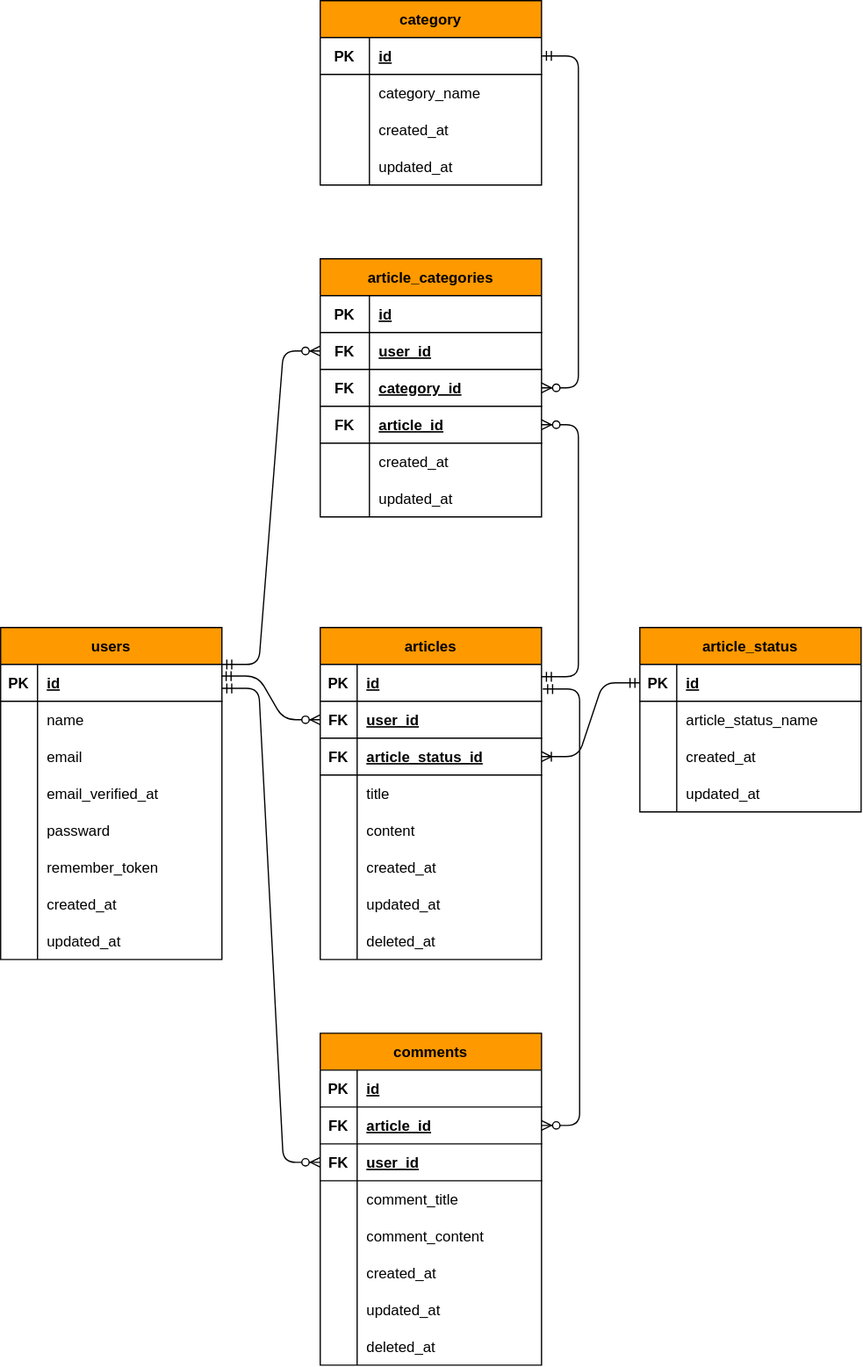
The draw.io diagram docs/erd.svg in ryosuke1256/CommunityServiceTemplateDDD-Laravel, before a commit. Source tidied: cells renumbered, new cells last; positions are measured from the earlier drawing's top-left corner, leaving out a move shared by most shapes.
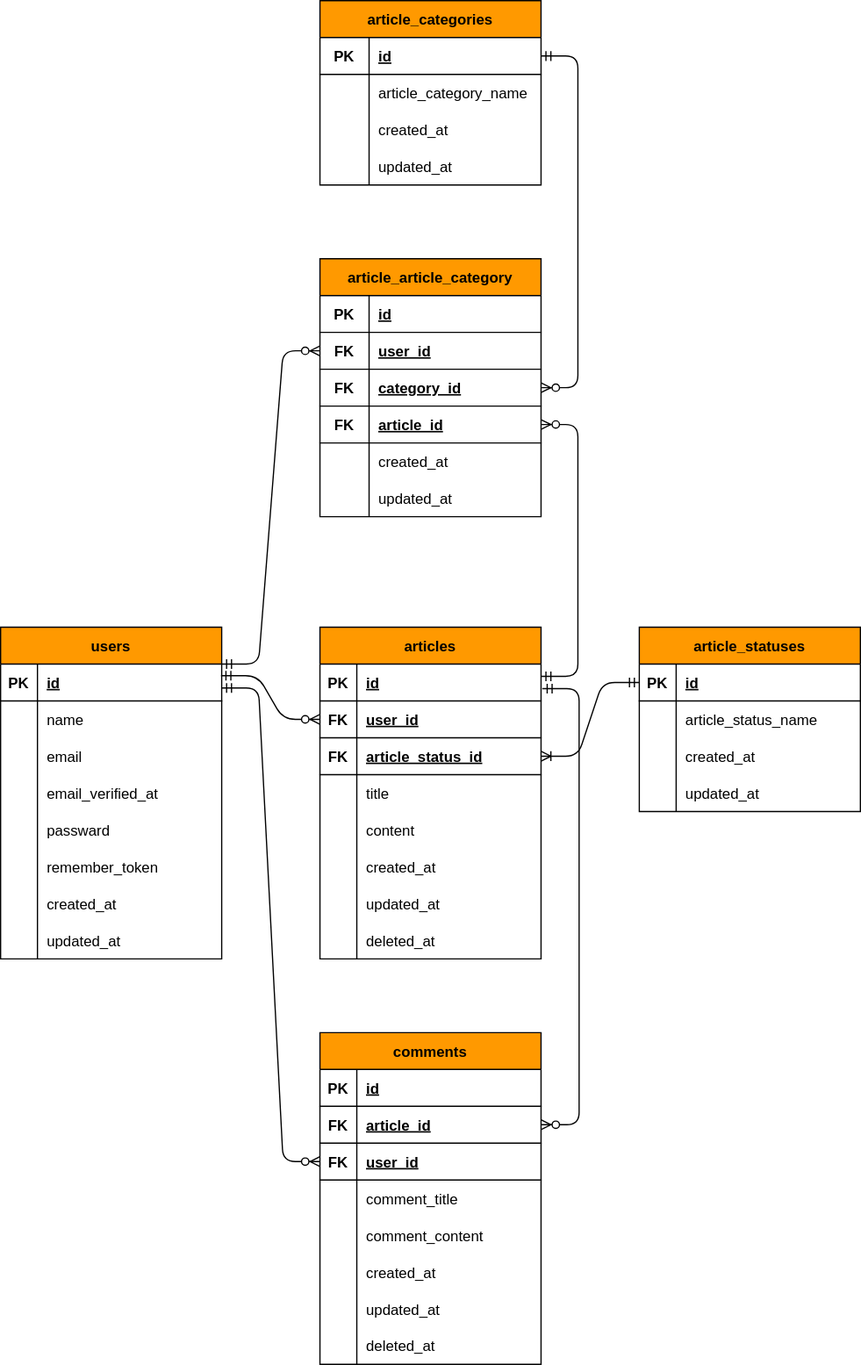
After the commit.

The edit, as a diff of the source:
```diff
@@ -155,7 +155,7 @@
     <mxCell id="52" style="edgeStyle=entityRelationEdgeStyle;fontSize=12;html=1;endArrow=ERzeroToMany;startArrow=ERmandOne;entryX=0;entryY=0.5;entryDx=0;entryDy=0;exitX=0.997;exitY=0.315;exitDx=0;exitDy=0;exitPerimeter=0;" parent="1" edge="1" source="3" target="31">
       <mxGeometry relative="1" as="geometry" />
     </mxCell>
-    <mxCell id="53" value="article_status" style="shape=table;startSize=30;rowLines=0;fontStyle=1;align=center;fillColor=#FF9900;fontColor=#000000;" parent="1" vertex="1">
+    <mxCell id="53" value="article_statuses" style="shape=table;startSize=30;rowLines=0;fontStyle=1;align=center;fillColor=#FF9900;fontColor=#000000;" parent="1" vertex="1">
       <mxGeometry x="520" y="510" width="180" height="150" as="geometry" />
     </mxCell>
     <mxCell id="54" style="shape=partialRectangle;fillColor=none;top=0;left=0;bottom=1;right=0;points=[[0,0.5],[1,0.5]];portConstraint=eastwest;" parent="53" vertex="1">
@@ -272,7 +272,7 @@
     <mxCell id="91" style="edgeStyle=entityRelationEdgeStyle;fontSize=12;html=1;endArrow=ERoneToMany;startArrow=ERmandOne;entryX=1;entryY=0.5;entryDx=0;entryDy=0;exitX=0;exitY=0.5;exitDx=0;exitDy=0;" parent="1" edge="1" source="54" target="34">
       <mxGeometry relative="1" as="geometry" />
     </mxCell>
-    <mxCell id="92" value="category" style="shape=table;startSize=30;rowLines=0;fontStyle=1;align=center;fillColor=#FF9900;fontColor=#000000;" parent="1" vertex="1">
+    <mxCell id="92" value="article_categories" style="shape=table;startSize=30;rowLines=0;fontStyle=1;align=center;fillColor=#FF9900;fontColor=#000000;" parent="1" vertex="1">
       <mxGeometry x="260" width="180" height="150" as="geometry" />
     </mxCell>
     <mxCell id="93" style="shape=partialRectangle;fillColor=none;top=0;left=0;bottom=1;right=0;points=[[0,0.5],[1,0.5]];portConstraint=eastwest;" parent="92" vertex="1">
@@ -290,7 +290,7 @@
     <mxCell id="97" style="shape=partialRectangle;fillColor=none;top=0;left=0;bottom=0;right=0;overflow=hidden;" parent="96" vertex="1">
       <mxGeometry width="40" height="30" as="geometry" />
     </mxCell>
-    <mxCell id="98" value="category_name" style="shape=partialRectangle;fillColor=none;top=0;left=0;bottom=0;right=0;align=left;spacingLeft=6;overflow=hidden;" parent="96" vertex="1">
+    <mxCell id="98" value="article_category_name" style="shape=partialRectangle;fillColor=none;top=0;left=0;bottom=0;right=0;align=left;spacingLeft=6;overflow=hidden;" parent="96" vertex="1">
       <mxGeometry x="40" width="140" height="30" as="geometry" />
     </mxCell>
     <mxCell id="99" style="shape=partialRectangle;fillColor=none;top=0;left=0;bottom=0;right=0;" parent="92" vertex="1">
@@ -316,7 +316,7 @@
         <mxPoint x="180" y="559.4" as="sourcePoint" />
       </mxGeometry>
     </mxCell>
-    <mxCell id="106" value="article_categories" style="shape=table;startSize=30;rowLines=0;fontStyle=1;align=center;fillColor=#FF9900;fontColor=#000000;" parent="1" vertex="1">
+    <mxCell id="106" value="article_article_category" style="shape=table;startSize=30;rowLines=0;fontStyle=1;align=center;fillColor=#FF9900;fontColor=#000000;" parent="1" vertex="1">
       <mxGeometry x="260" y="210" width="180" height="210" as="geometry" />
     </mxCell>
     <mxCell id="107" style="shape=partialRectangle;fillColor=none;top=0;left=0;bottom=1;right=0;" parent="106" vertex="1">
```
